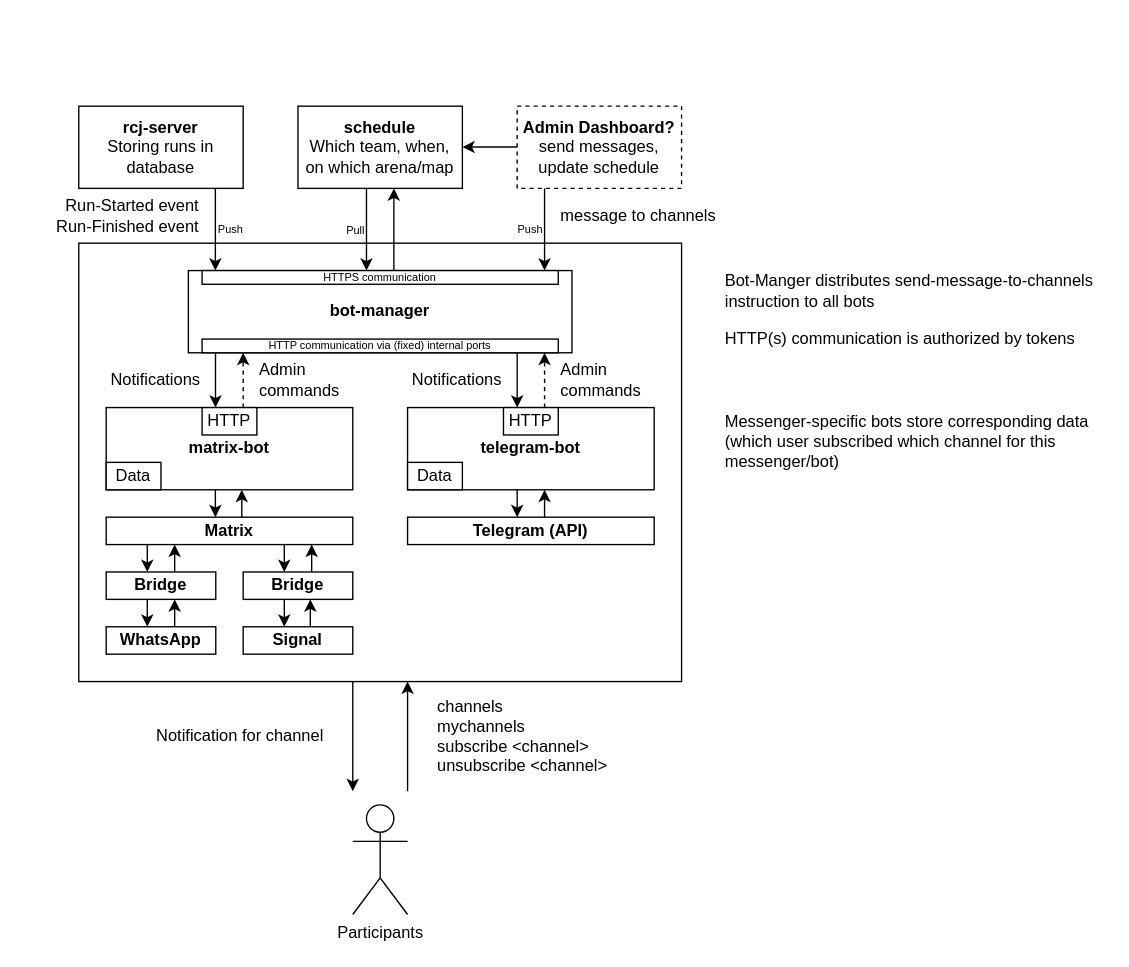
Before: docs/bot-architecture.drawio in rcjberlin/rcj-notification-bot, a draw.io diagram. Source tidied: cells renumbered, new cells numbered last; positions are measured from the earlier drawing's top-left corner, leaving out a move shared by most shapes. Both pictures are drawn from the tidied source at 137%, with x=0, y=0 at pixel (23, 105).
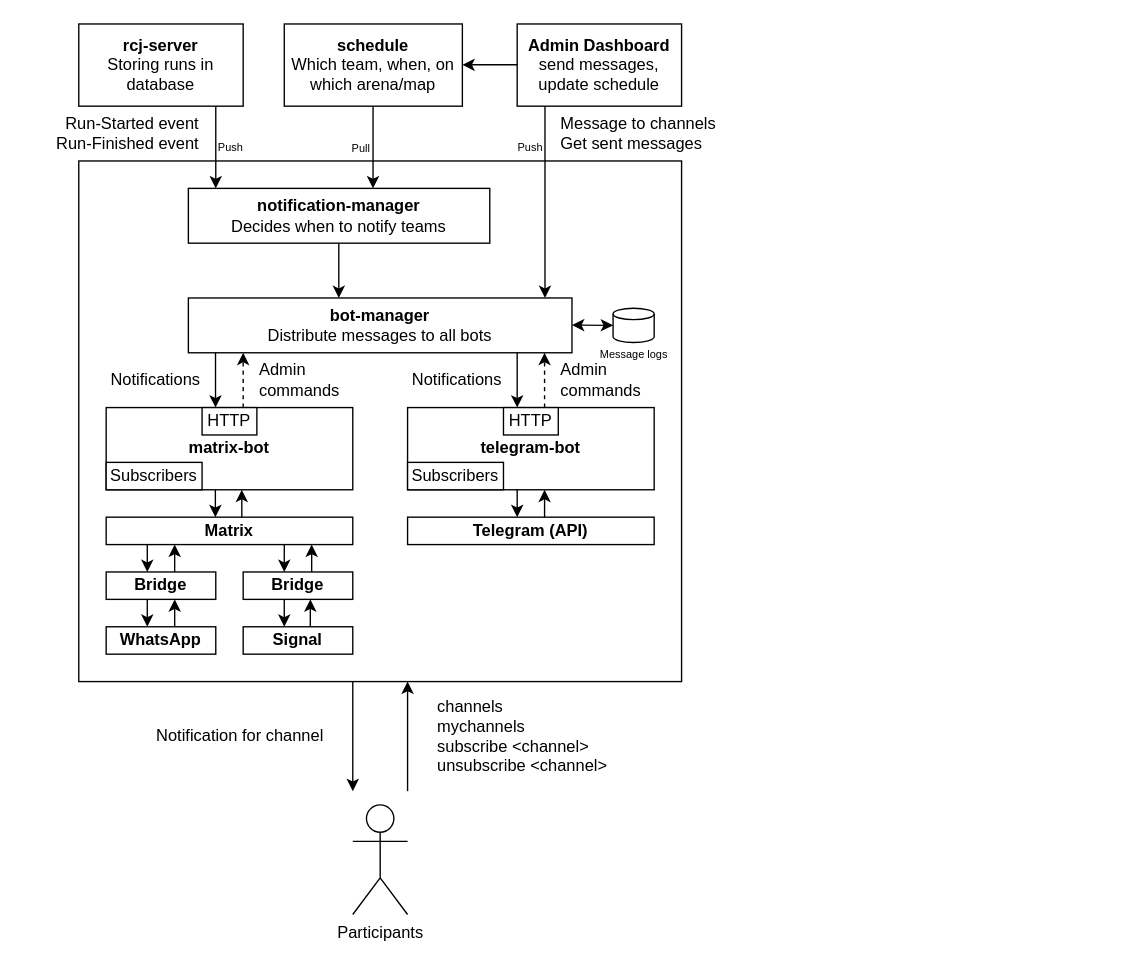
The same diagram, later.

What changed in the source:
```diff
@@
     <mxCell id="2" style="rounded=0;whiteSpace=wrap;html=1;align=right;fillColor=none;" parent="1" vertex="1">
-      <mxGeometry x="40" y="100" width="440" height="320" as="geometry" />
+      <mxGeometry x="40" y="40" width="440" height="380" as="geometry" />
     </mxCell>
+    <mxCell id="59" value="&lt;div&gt;&lt;b&gt;notification-manager&lt;/b&gt;&lt;/div&gt;&lt;div&gt;Decides when to notify teams&lt;br&gt;&lt;/div&gt;" style="rounded=0;whiteSpace=wrap;html=1;" parent="1" vertex="1">
+      <mxGeometry x="120" y="60" width="220" height="40" as="geometry" />
+    </mxCell>
     <mxCell id="3" value="&lt;div&gt;&lt;b&gt;rcj-server&lt;/b&gt;&lt;/div&gt;&lt;div&gt;Storing runs in database&lt;br&gt;&lt;/div&gt;" style="rounded=0;whiteSpace=wrap;html=1;" parent="1" vertex="1">
-      <mxGeometry x="40" width="120" height="60" as="geometry" />
+      <mxGeometry x="40" y="-60" width="120" height="60" as="geometry" />
     </mxCell>
-    <mxCell id="4" value="&lt;div&gt;&lt;b&gt;Admin Dashboard?&lt;/b&gt;&lt;/div&gt;&lt;div&gt;send messages, update schedule&lt;br&gt;&lt;b&gt;&lt;/b&gt;&lt;/div&gt;" style="rounded=0;whiteSpace=wrap;html=1;dashed=1;" parent="1" vertex="1">
-      <mxGeometry x="360" width="120" height="60" as="geometry" />
+    <mxCell id="4" value="&lt;div&gt;&lt;b&gt;Admin Dashboard&lt;/b&gt;&lt;/div&gt;&lt;div&gt;send messages, update schedule&lt;br&gt;&lt;b&gt;&lt;/b&gt;&lt;/div&gt;" style="rounded=0;whiteSpace=wrap;html=1;" parent="1" vertex="1">
+      <mxGeometry x="360" y="-60" width="120" height="60" as="geometry" />
     </mxCell>
     <mxCell id="5" style="endArrow=classic;html=1;" parent="1" edge="1">
       <mxGeometry relative="1" as="geometry">
-        <mxPoint x="139.7" y="60" as="sourcePoint" />
-        <mxPoint x="139.7" y="120" as="targetPoint" />
+        <mxPoint x="140" as="sourcePoint" />
+        <mxPoint x="140" y="60" as="targetPoint" />
       </mxGeometry>
     </mxCell>
     <mxCell id="6" value="&lt;div&gt;&lt;b&gt;schedule&lt;/b&gt;&lt;/div&gt;&lt;div&gt;Which team, when, on which arena/map&lt;br&gt;&lt;/div&gt;" style="rounded=0;whiteSpace=wrap;html=1;" parent="1" vertex="1">
-      <mxGeometry x="200" width="120" height="60" as="geometry" />
+      <mxGeometry x="190" y="-60" width="130" height="60" as="geometry" />
     </mxCell>
@@
-    <mxCell id="10" value="&lt;b&gt;bot-manager&lt;/b&gt;" style="rounded=0;whiteSpace=wrap;html=1;" parent="1" vertex="1">
-      <mxGeometry x="120" y="120" width="280" height="60" as="geometry" />
+    <mxCell id="10" value="&lt;div&gt;&lt;b&gt;bot-manager&lt;/b&gt;&lt;br&gt;&lt;/div&gt;Distribute messages to all bots" style="rounded=0;whiteSpace=wrap;html=1;" parent="1" vertex="1">
+      <mxGeometry x="120" y="140" width="280" height="40" as="geometry" />
     </mxCell>
@@
     <mxCell id="33" style="endArrow=classic;html=1;" parent="1" edge="1">
       <mxGeometry relative="1" as="geometry">
-        <mxPoint x="250" y="60" as="sourcePoint" />
-        <mxPoint x="250" y="120" as="targetPoint" />
+        <mxPoint x="254.8" as="sourcePoint" />
+        <mxPoint x="254.8" y="60" as="targetPoint" />
       </mxGeometry>
     </mxCell>
     <mxCell id="34" style="endArrow=classic;html=1;" parent="1" edge="1">
       <mxGeometry relative="1" as="geometry">
-        <mxPoint x="380" y="60" as="sourcePoint" />
-        <mxPoint x="380" y="120" as="targetPoint" />
+        <mxPoint x="380.3" as="sourcePoint" />
+        <mxPoint x="380.3" y="140" as="targetPoint" />
       </mxGeometry>
     </mxCell>
     <mxCell id="35" style="endArrow=classic;html=1;" parent="1" edge="1">
       <mxGeometry relative="1" as="geometry">
-        <mxPoint x="360" y="29.8" as="sourcePoint" />
-        <mxPoint x="320" y="29.8" as="targetPoint" />
+        <mxPoint x="360" y="-30.2" as="sourcePoint" />
+        <mxPoint x="320" y="-30.2" as="targetPoint" />
       </mxGeometry>
     </mxCell>
     <mxCell id="36" value="&lt;div align=&quot;right&quot;&gt;Run-Started event&lt;br&gt;&lt;/div&gt;&lt;div align=&quot;right&quot;&gt;Run-Finished event&lt;br&gt;&lt;/div&gt;" style="text;html=1;strokeColor=none;fillColor=none;align=right;verticalAlign=middle;whiteSpace=wrap;rounded=0;dashed=1;" parent="1" vertex="1">
-      <mxGeometry y="70" width="130" height="20" as="geometry" />
+      <mxGeometry y="10" width="130" height="20" as="geometry" />
     </mxCell>
-    <mxCell id="37" value="&lt;div align=&quot;left&quot;&gt;message to channels&lt;/div&gt;" style="text;html=1;align=left;verticalAlign=middle;" parent="1" vertex="1">
-      <mxGeometry x="390" y="70" width="130" height="20" as="geometry" />
+    <mxCell id="37" value="&lt;div align=&quot;left&quot;&gt;Message to channels&lt;/div&gt;&lt;div align=&quot;left&quot;&gt;Get sent messages&lt;br&gt;&lt;/div&gt;" style="text;html=1;align=left;verticalAlign=middle;" parent="1" vertex="1">
+      <mxGeometry x="390" y="5" width="130" height="30" as="geometry" />
     </mxCell>
@@
-    <mxCell id="47" style="endArrow=classic;html=1;" parent="1" edge="1">
-      <mxGeometry relative="1" as="geometry">
-        <mxPoint x="270" y="120" as="sourcePoint" />
-        <mxPoint x="270" y="60" as="targetPoint" />
-      </mxGeometry>
-    </mxCell>
@@
-    <mxCell id="49" value="&lt;div style=&quot;font-size: 8px&quot; align=&quot;center&quot;&gt;&lt;font style=&quot;font-size: 8px&quot;&gt;HTTPS communication&lt;br&gt;&lt;/font&gt;&lt;/div&gt;" style="whiteSpace=wrap;html=1;fillColor=#ffffff;align=center;" parent="1" vertex="1">
-      <mxGeometry x="130" y="120" width="260" height="10" as="geometry" />
-    </mxCell>
-    <mxCell id="50" value="&lt;div style=&quot;font-size: 8px&quot; align=&quot;center&quot;&gt;&lt;font style=&quot;font-size: 8px&quot;&gt;HTTP communication via (fixed) internal ports&lt;br&gt;&lt;/font&gt;&lt;/div&gt;" style="whiteSpace=wrap;html=1;fillColor=#ffffff;align=center;" parent="1" vertex="1">
-      <mxGeometry x="130" y="170" width="260" height="10" as="geometry" />
-    </mxCell>
     <mxCell id="51" value="&lt;div style=&quot;font-size: 8px&quot; align=&quot;left&quot;&gt;&lt;font style=&quot;font-size: 8px&quot;&gt;Push&lt;/font&gt;&lt;/div&gt;" style="text;html=1;align=left;verticalAlign=middle;" parent="1" vertex="1">
-      <mxGeometry x="140" y="80" width="30" height="20" as="geometry" />
+      <mxGeometry x="140.3" y="20" width="30" height="20" as="geometry" />
     </mxCell>
     <mxCell id="52" value="&lt;div style=&quot;font-size: 8px&quot;&gt;&lt;font style=&quot;font-size: 8px&quot;&gt;Push&lt;/font&gt;&lt;/div&gt;" style="text;html=1;align=right;verticalAlign=middle;" parent="1" vertex="1">
-      <mxGeometry x="350" y="80" width="30" height="20" as="geometry" />
+      <mxGeometry x="350.3" y="20" width="30" height="20" as="geometry" />
     </mxCell>
     <mxCell id="53" value="&lt;font style=&quot;font-size: 8px&quot;&gt;Pull&lt;/font&gt;" style="text;html=1;align=right;verticalAlign=middle;" parent="1" vertex="1">
-      <mxGeometry x="220" y="80" width="30" height="20" as="geometry" />
+      <mxGeometry x="224" y="20" width="30" height="20" as="geometry" />
     </mxCell>
-    <mxCell id="54" value="Data" style="rounded=0;whiteSpace=wrap;html=1;align=center;" parent="1" vertex="1">
-      <mxGeometry x="60" y="260" width="40" height="20" as="geometry" />
-    </mxCell>
-    <mxCell id="55" value="Data" style="rounded=0;whiteSpace=wrap;html=1;align=center;" parent="1" vertex="1">
-      <mxGeometry x="280" y="260" width="40" height="20" as="geometry" />
+    <mxCell id="55" value="Subscribers" style="rounded=0;whiteSpace=wrap;html=1;align=center;" parent="1" vertex="1">
+      <mxGeometry x="280" y="260" width="70" height="20" as="geometry" />
     </mxCell>
-    <mxCell id="56" value="&lt;div align=&quot;left&quot;&gt;Messenger-specific bots store corresponding data&lt;br&gt;(which user subscribed which channel for this&lt;/div&gt;&lt;div align=&quot;left&quot;&gt;messenger/bot)&lt;/div&gt;" style="text;html=1;align=left;verticalAlign=middle;" parent="1" vertex="1">
-      <mxGeometry x="510" y="220" width="280" height="50" as="geometry" />
-    </mxCell>
-    <mxCell id="57" value="&lt;div align=&quot;left&quot;&gt;Bot-Manger distributes send-message-to-channels&lt;br&gt;instruction to all bots&lt;br&gt;&lt;/div&gt;" style="text;html=1;align=left;verticalAlign=middle;" parent="1" vertex="1">
-      <mxGeometry x="510" y="120" width="280" height="30" as="geometry" />
-    </mxCell>
-    <mxCell id="58" value="&lt;div align=&quot;left&quot;&gt;HTTP(s) communication is authorized by tokens&lt;/div&gt;" style="text;html=1;align=left;verticalAlign=middle;" parent="1" vertex="1">
-      <mxGeometry x="510" y="160" width="270" height="20" as="geometry" />
-    </mxCell>
+    <mxCell id="60" style="strokeWidth=1;html=1;shape=mxgraph.flowchart.database;whiteSpace=wrap;" parent="1" vertex="1">
+      <mxGeometry x="430" y="147.5" width="30" height="25" as="geometry" />
+    </mxCell>
+    <mxCell id="61" value="&lt;font style=&quot;font-size: 8px&quot;&gt;Message logs&lt;br&gt;&lt;/font&gt;" style="text;html=1;align=center;verticalAlign=middle;" parent="1" vertex="1">
+      <mxGeometry x="415" y="170" width="60" height="20" as="geometry" />
+    </mxCell>
+    <mxCell id="62" style="endArrow=classic;startArrow=classic;html=1;" parent="1" edge="1">
+      <mxGeometry relative="1" as="geometry">
+        <mxPoint x="400" y="159.8" as="sourcePoint" />
+        <mxPoint x="430" y="160" as="targetPoint" />
+      </mxGeometry>
+    </mxCell>
+    <mxCell id="63" style="endArrow=classic;html=1;" parent="1" edge="1">
+      <mxGeometry relative="1" as="geometry">
+        <mxPoint x="229.8" y="100" as="sourcePoint" />
+        <mxPoint x="229.8" y="140" as="targetPoint" />
+      </mxGeometry>
+    </mxCell>
+    <mxCell id="64" value="Subscribers" style="rounded=0;whiteSpace=wrap;html=1;align=center;" parent="1" vertex="1">
+      <mxGeometry x="60" y="260" width="70" height="20" as="geometry" />
+    </mxCell>
```
